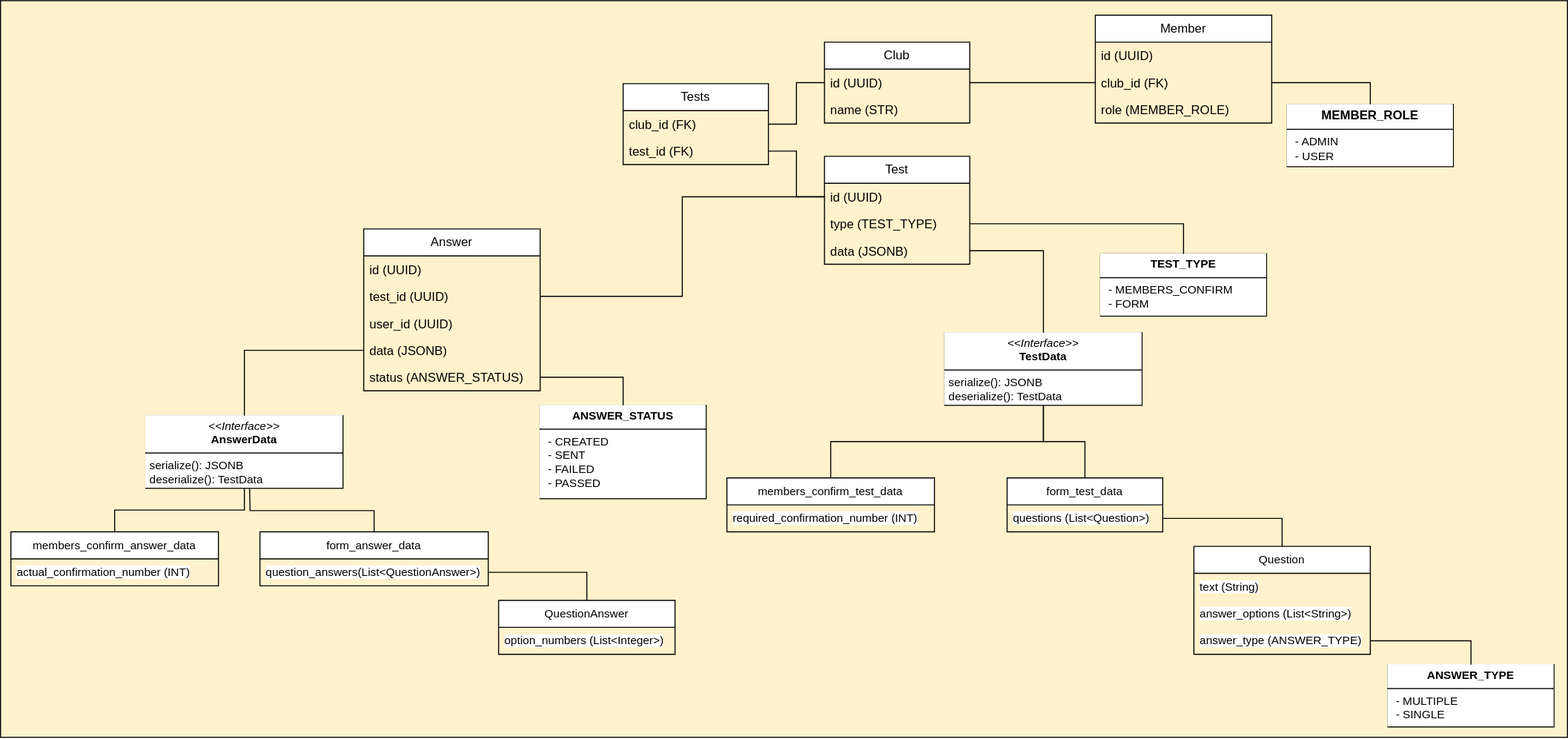
Before: doc/img/domain_model.drawio.svg, a diagram exported from draw.io (ru-random-walk/club-service). Source tidied: cells renumbered, new cells last; positions are measured from the earlier drawing's top-left corner, leaving out a move shared by most shapes.
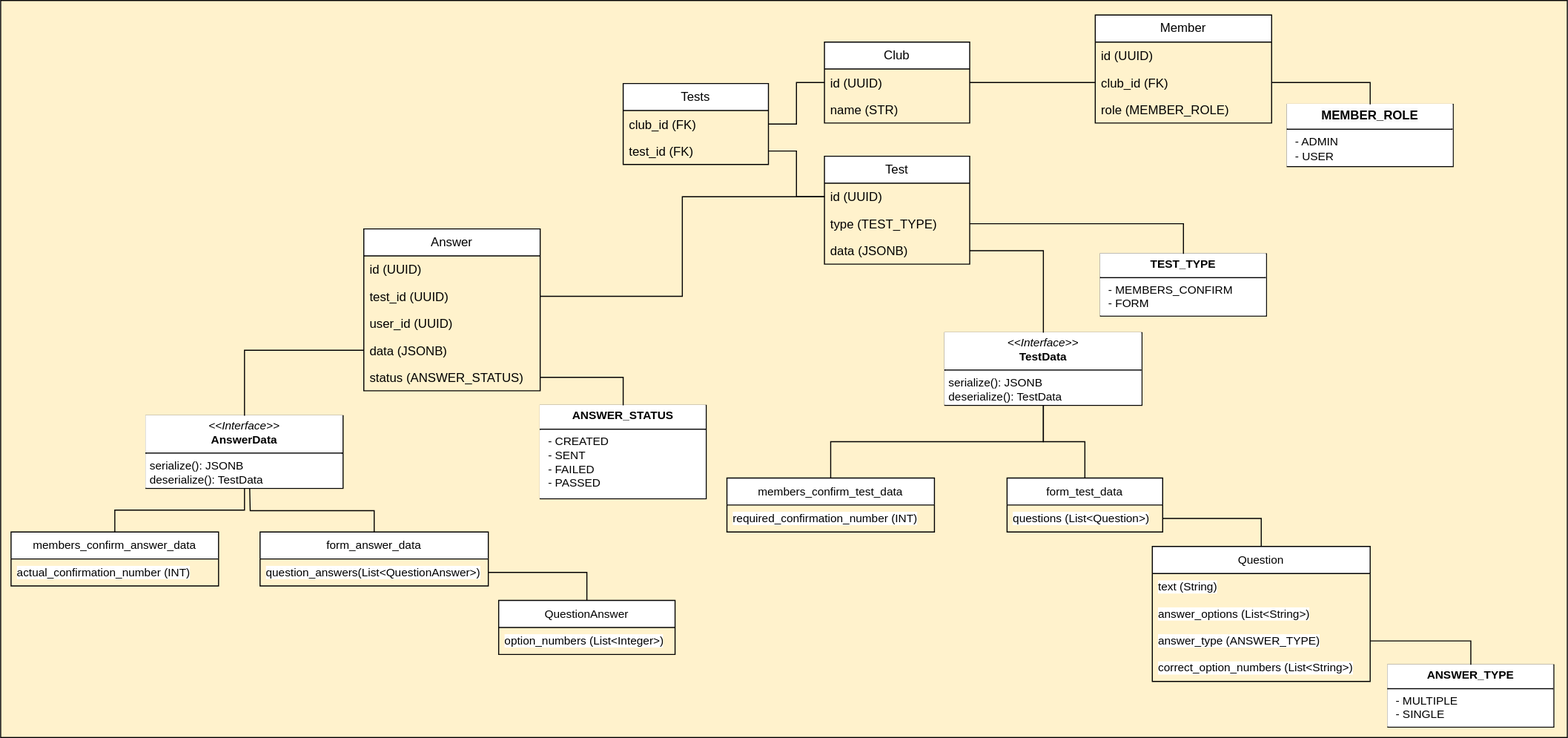
After the change.

Commit message:
RANDOMWALK-20: update domain schema

Diff of the diagram source:
```diff
@@ -75,17 +75,20 @@
       <mxGeometry y="26" width="150" height="26" as="geometry" />
     </mxCell>
     <mxCell id="26" value="&lt;span style=&quot;text-align: left;&quot;&gt;Question&lt;/span&gt;" style="swimlane;fontStyle=0;horizontal=1;startSize=26;fillColor=default;whiteSpace=wrap;html=1;fontFamily=Helvetica;fontSize=11;fontColor=default;labelBackgroundColor=default;" parent="1" vertex="1">
-      <mxGeometry x="1150" y="526" width="170" height="104" as="geometry" />
+      <mxGeometry x="1110" y="526" width="210" height="130" as="geometry" />
     </mxCell>
     <mxCell id="27" value="text (String)" style="text;strokeColor=none;fillColor=none;align=left;verticalAlign=top;spacingLeft=4;spacingRight=4;overflow=hidden;whiteSpace=wrap;html=1;fontFamily=Helvetica;fontSize=11;fontColor=default;labelBackgroundColor=default;" parent="26" vertex="1">
-      <mxGeometry y="26" width="170" height="26" as="geometry" />
+      <mxGeometry y="26" width="210" height="26" as="geometry" />
     </mxCell>
     <mxCell id="28" value="answer_options (List&amp;lt;String&amp;gt;)" style="text;strokeColor=none;fillColor=none;align=left;verticalAlign=top;spacingLeft=4;spacingRight=4;overflow=hidden;whiteSpace=wrap;html=1;fontFamily=Helvetica;fontSize=11;fontColor=default;labelBackgroundColor=default;" parent="26" vertex="1">
-      <mxGeometry y="52" width="170" height="26" as="geometry" />
+      <mxGeometry y="52" width="210" height="26" as="geometry" />
     </mxCell>
     <mxCell id="29" value="answer_type (ANSWER_TYPE)" style="text;strokeColor=none;fillColor=none;align=left;verticalAlign=top;spacingLeft=4;spacingRight=4;overflow=hidden;points=[[0,0.5],[1,0.5]];portConstraint=eastwest;whiteSpace=wrap;html=1;fontFamily=Helvetica;fontSize=11;fontColor=default;labelBackgroundColor=default;" parent="26" vertex="1">
-      <mxGeometry y="78" width="170" height="26" as="geometry" />
+      <mxGeometry y="78" width="210" height="26" as="geometry" />
     </mxCell>
+    <mxCell id="59" value="correct_option_numbers (List&amp;lt;String&amp;gt;)" style="text;strokeColor=none;fillColor=none;align=left;verticalAlign=top;spacingLeft=4;spacingRight=4;overflow=hidden;whiteSpace=wrap;html=1;fontFamily=Helvetica;fontSize=11;fontColor=default;labelBackgroundColor=default;" parent="26" vertex="1">
+      <mxGeometry y="104" width="210" height="26" as="geometry" />
+    </mxCell>
     <mxCell id="30" value="&lt;p style=&quot;margin: 4px 0px 0px; text-align: center;&quot;&gt;&lt;span style=&quot;text-align: left;&quot;&gt;&lt;b&gt;ANSWER_TYPE&lt;/b&gt;&lt;/span&gt;&lt;br&gt;&lt;/p&gt;&lt;hr size=&quot;1&quot; style=&quot;border-style:solid;&quot;&gt;&lt;p style=&quot;margin:0px;margin-left:8px;&quot;&gt;- MULTIPLE&lt;/p&gt;&lt;p style=&quot;margin:0px;margin-left:8px;&quot;&gt;- SINGLE&lt;/p&gt;" style="verticalAlign=top;align=left;overflow=fill;html=1;whiteSpace=wrap;fontFamily=Helvetica;fontSize=11;fontColor=default;labelBackgroundColor=default;" parent="1" vertex="1">
       <mxGeometry x="1337" y="640" width="160" height="60" as="geometry" />
     </mxCell>
```
